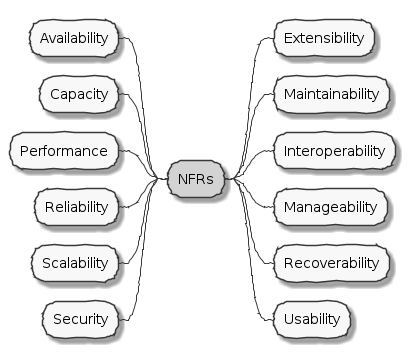
Before: images/nfrs.png, a diagram exported from PlantUML (ddd-book-java/prem-website).
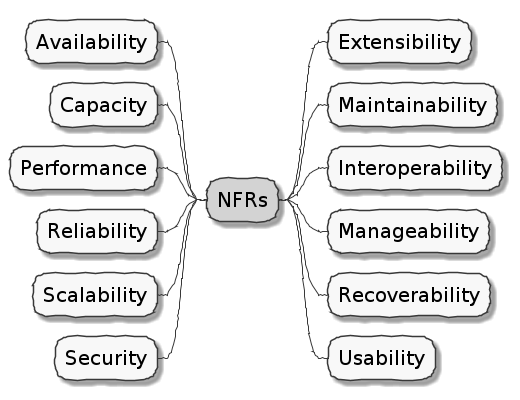
After the change.

Change to the diagram source:
```diff
@@ -1,7 +1,12 @@
 @startmindmap
 skinparam handwritten true
 skinparam monochrome true
-
+<style>
+mindmapDiagram {
+    FontName "Gloria Hallelujah"
+    FontSize 20
+}
+</style>
 *[#lightgray] NFRs
 ++ Extensibility
 ++ Maintainability
```
